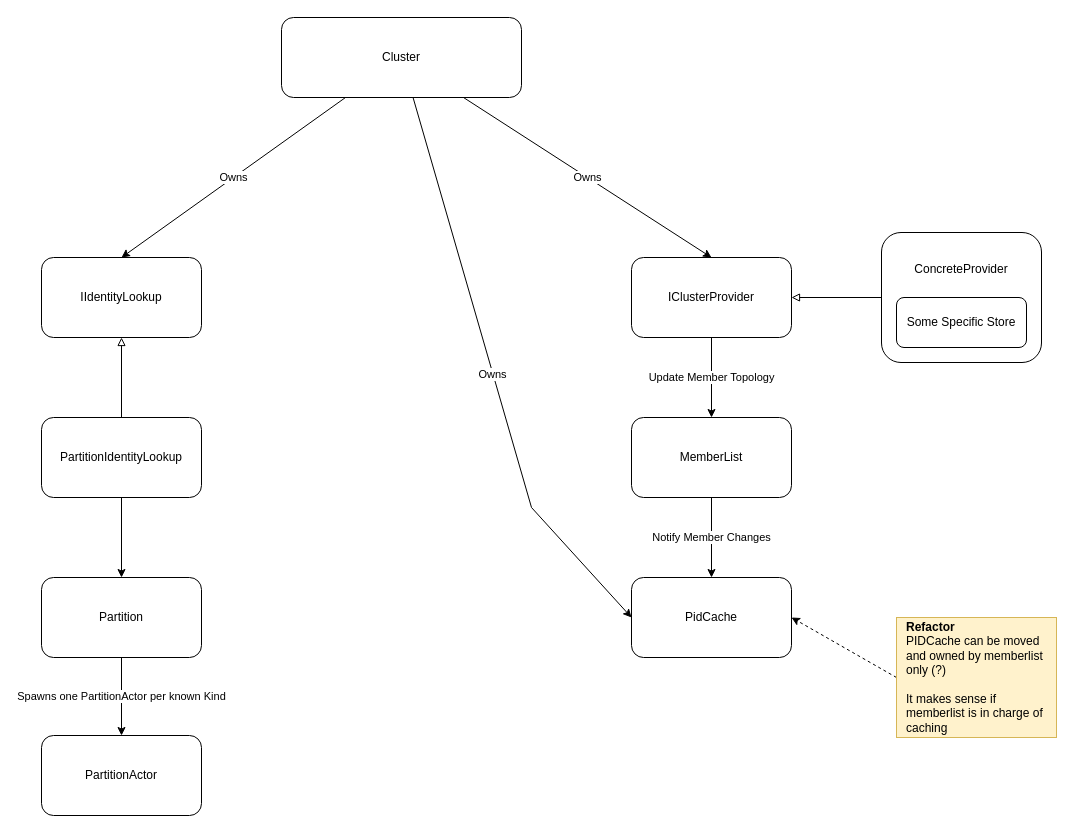
This is page "Sida-1" (1 of 2) of cluster.drawio from asynkron/protoactor-dotnet, a draw.io file, before an edit. Source tidied: cells renumbered, new cells numbered last; positions are measured from the earlier drawing's top-left corner, leaving out a move shared by most shapes. Both pictures are drawn from the tidied source at 100%, with x=0, y=0 at pixel (41, 17).
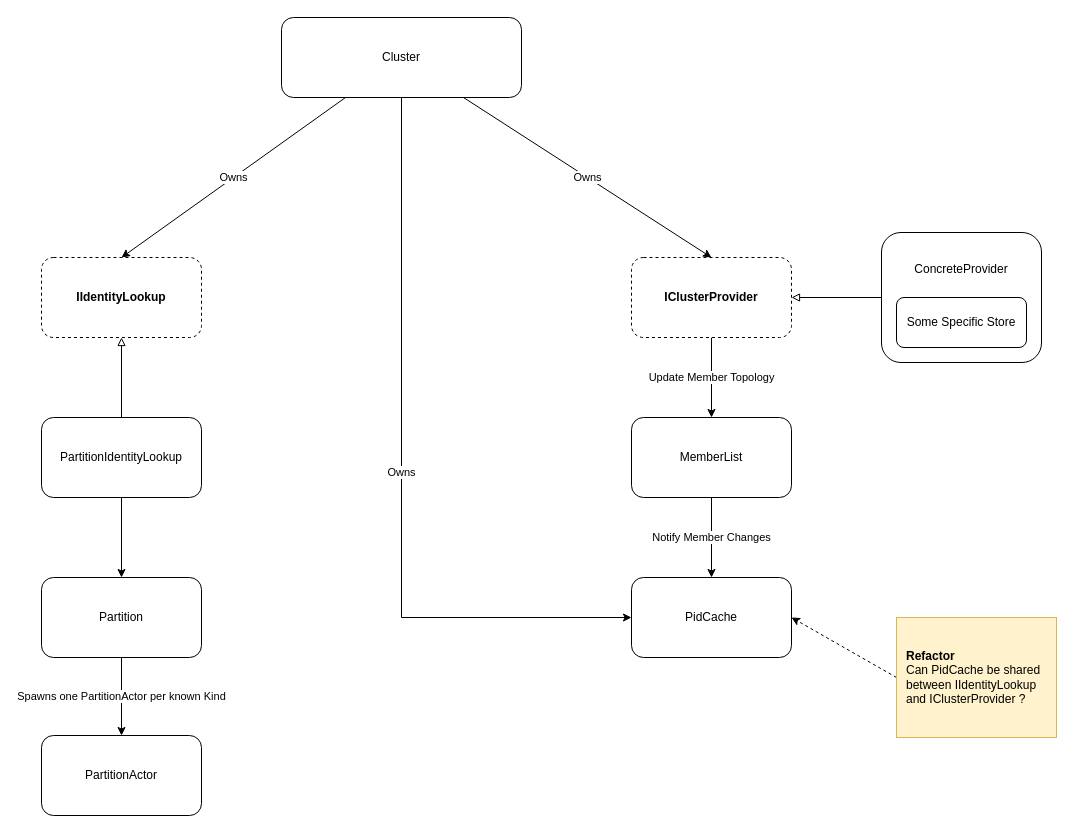
The same diagram, later.

Commit message:
PartitionIdentityLookup now owns Partition

The change refers to these unchanged cells:
```xml
<mxCell id="9" value="PidCache" style="rounded=1;whiteSpace=wrap;html=1;" parent="1" vertex="1">
  <mxGeometry x="590" y="560" width="160" height="80" as="geometry" />
</mxCell>
<mxCell id="16" value="Cluster" style="rounded=1;whiteSpace=wrap;html=1;" parent="1" vertex="1">
  <mxGeometry x="240" width="240" height="80" as="geometry" />
</mxCell>
```

What changed in the source:
```diff
@@
-    <mxCell id="3" value="IClusterProvider" style="rounded=1;whiteSpace=wrap;html=1;" parent="1" vertex="1">
+    <mxCell id="3" value="IClusterProvider" style="rounded=1;whiteSpace=wrap;html=1;dashed=1;fontStyle=1;" parent="1" vertex="1">
       <mxGeometry x="590" y="240" width="160" height="80" as="geometry" />
     </mxCell>
@@
     <mxCell id="15" value="Owns" style="edgeStyle=none;rounded=0;jettySize=auto;html=1;entryX=0;entryY=0.5;entryDx=0;entryDy=0;endArrow=classic;endFill=1;" parent="1" edge="1" source="16" target="9">
       <mxGeometry relative="1" as="geometry">
         <Array as="points">
-          <mxPoint x="490" y="490" />
+          <mxPoint x="360" y="600" />
         </Array>
       </mxGeometry>
     </mxCell>
@@
-    <mxCell id="17" value="IIdentityLookup" style="rounded=1;whiteSpace=wrap;html=1;" parent="1" vertex="1">
+    <mxCell id="17" value="IIdentityLookup" style="rounded=1;whiteSpace=wrap;html=1;dashed=1;fontStyle=1;" parent="1" vertex="1">
       <mxGeometry y="240" width="160" height="80" as="geometry" />
     </mxCell>
@@
-    <mxCell id="22" value="&lt;b&gt;Refactor&lt;/b&gt;&lt;br&gt;PIDCache can be moved and owned by memberlist only (?)&lt;br&gt;&lt;br&gt;It makes sense if memberlist is in charge of&amp;nbsp; caching" style="rounded=0;whiteSpace=wrap;html=1;fillColor=#fff2cc;strokeColor=#d6b656;align=left;spacing=10;" parent="1" vertex="1">
+    <mxCell id="22" value="&lt;b&gt;Refactor&lt;/b&gt;&lt;br&gt;Can PidCache be shared between IIdentityLookup and IClusterProvider ?" style="rounded=0;whiteSpace=wrap;html=1;fillColor=#fff2cc;strokeColor=#d6b656;align=left;spacing=10;" parent="1" vertex="1">
       <mxGeometry x="855" y="600" width="160" height="120" as="geometry" />
     </mxCell>
```
